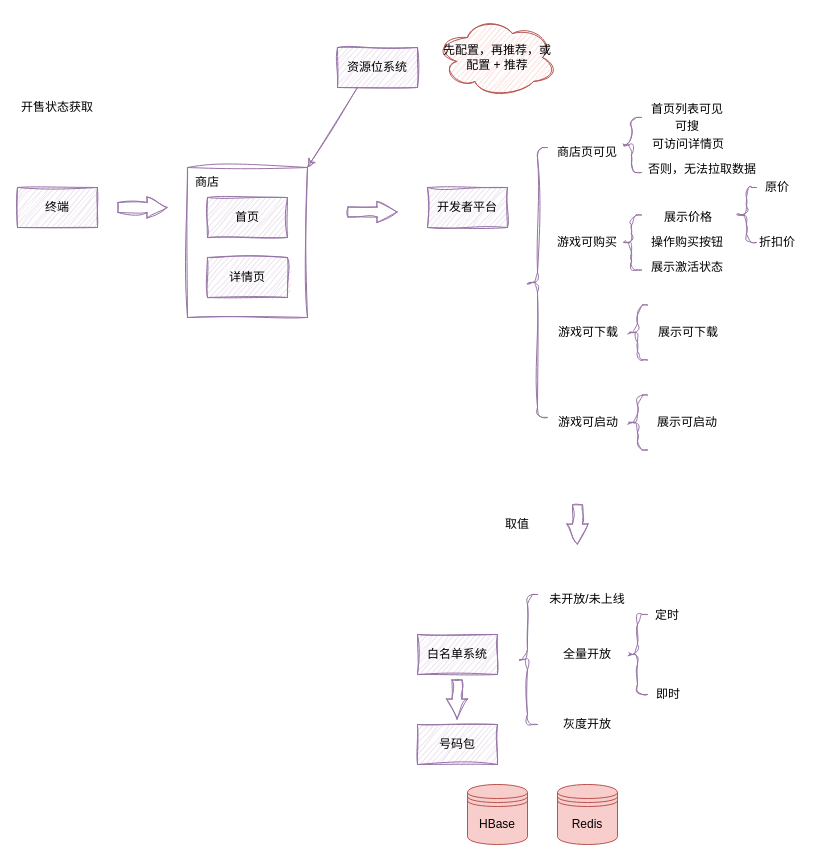
Before: biz/商店需求1.drawio in melonshell/draw.io, a draw.io diagram. Source tidied: cells renumbered, new cells numbered last; positions are measured from the earlier drawing's top-left corner, leaving out a move shared by most shapes. Both pictures are drawn from the tidied source at 100%, with x=0, y=0 at pixel (17, 17).
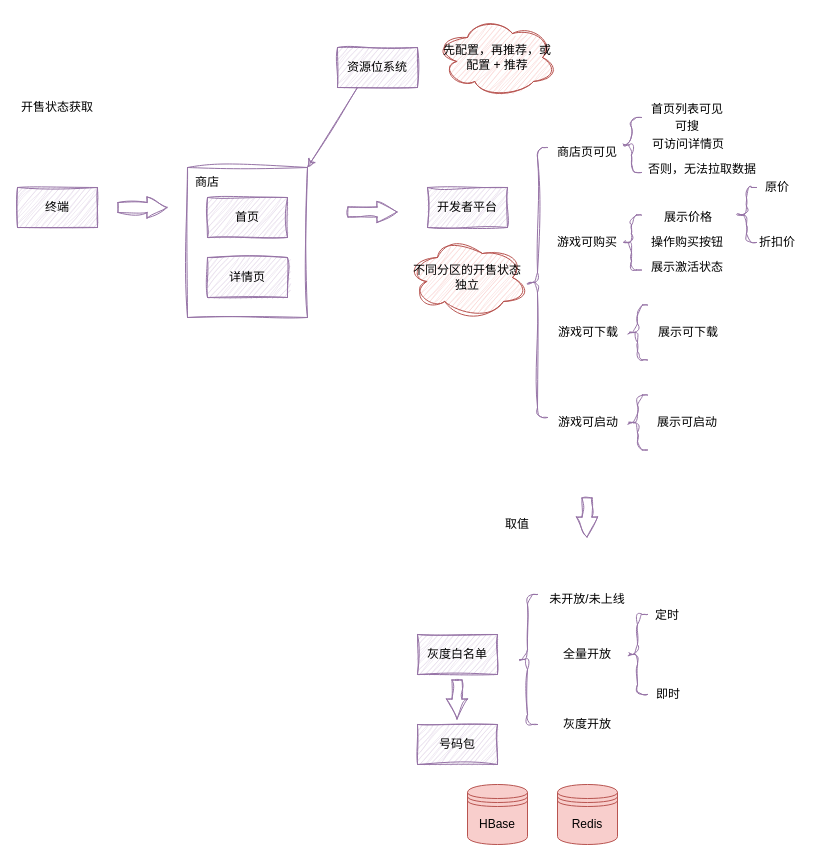
The same diagram, later.

Commit message:
更新商店需求1.drawio

What changed in the source:
```diff
@@
     <mxCell id="14" style="shape=flexArrow;endArrow=classic;html=1;rounded=0;endWidth=10;endSize=6.33;fillColor=none;strokeColor=#9673a6;sketch=1;curveFitting=1;jiggle=2;" parent="1" edge="1">
       <mxGeometry relative="1" as="geometry">
-        <mxPoint x="560" y="487" as="sourcePoint" />
-        <mxPoint x="560" y="527" as="targetPoint" />
+        <mxPoint x="569.5" y="480" as="sourcePoint" />
+        <mxPoint x="569.5" y="520" as="targetPoint" />
       </mxGeometry>
     </mxCell>
@@
-    <mxCell id="25" value="白名单系统" style="rounded=0;whiteSpace=wrap;html=1;fillColor=#e1d5e7;sketch=1;curveFitting=1;jiggle=2;strokeColor=#9673a6;" parent="1" vertex="1">
+    <mxCell id="25" value="灰度白名单" style="rounded=0;whiteSpace=wrap;html=1;fillColor=#e1d5e7;sketch=1;curveFitting=1;jiggle=2;strokeColor=#9673a6;" parent="1" vertex="1">
       <mxGeometry x="400" y="617" width="80" height="40" as="geometry" />
     </mxCell>
@@
+    <mxCell id="49" value="不同分区的开售状态独立" style="ellipse;shape=cloud;whiteSpace=wrap;html=1;fillColor=#f8cecc;strokeColor=#b85450;sketch=1;curveFitting=1;jiggle=2;" parent="1" vertex="1">
+      <mxGeometry x="390" y="220" width="120" height="80" as="geometry" />
+    </mxCell>
```
